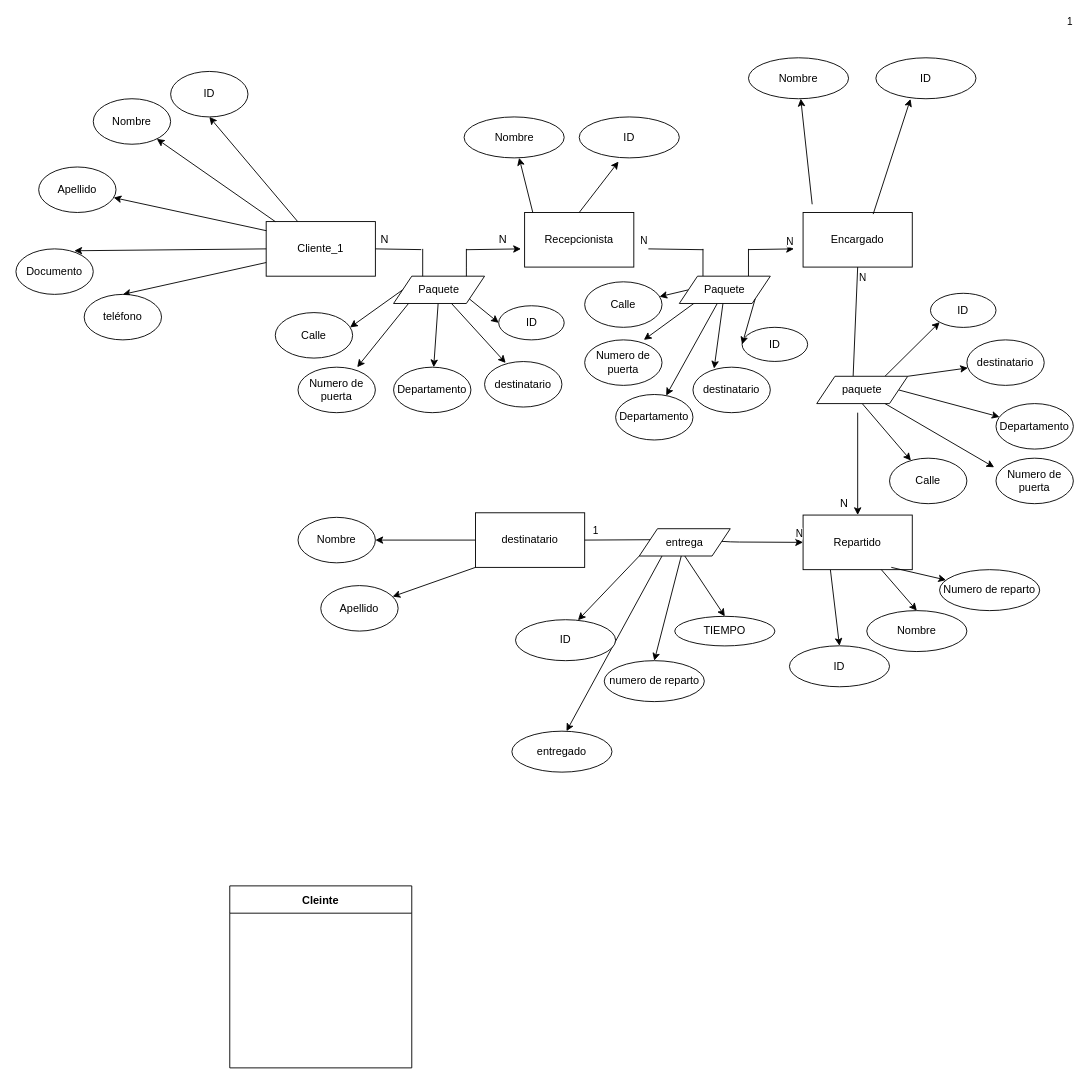
The draw.io diagram mer.drawio in mateovillaa11/Proyecto_FindeA-o, before the edit. Source tidied: cells renumbered, new cells numbered last; positions are measured from the earlier drawing's top-left corner, leaving out a move shared by most shapes. Both pictures are drawn from the tidied source at 91%, with x=0, y=0 at pixel (15, 57).
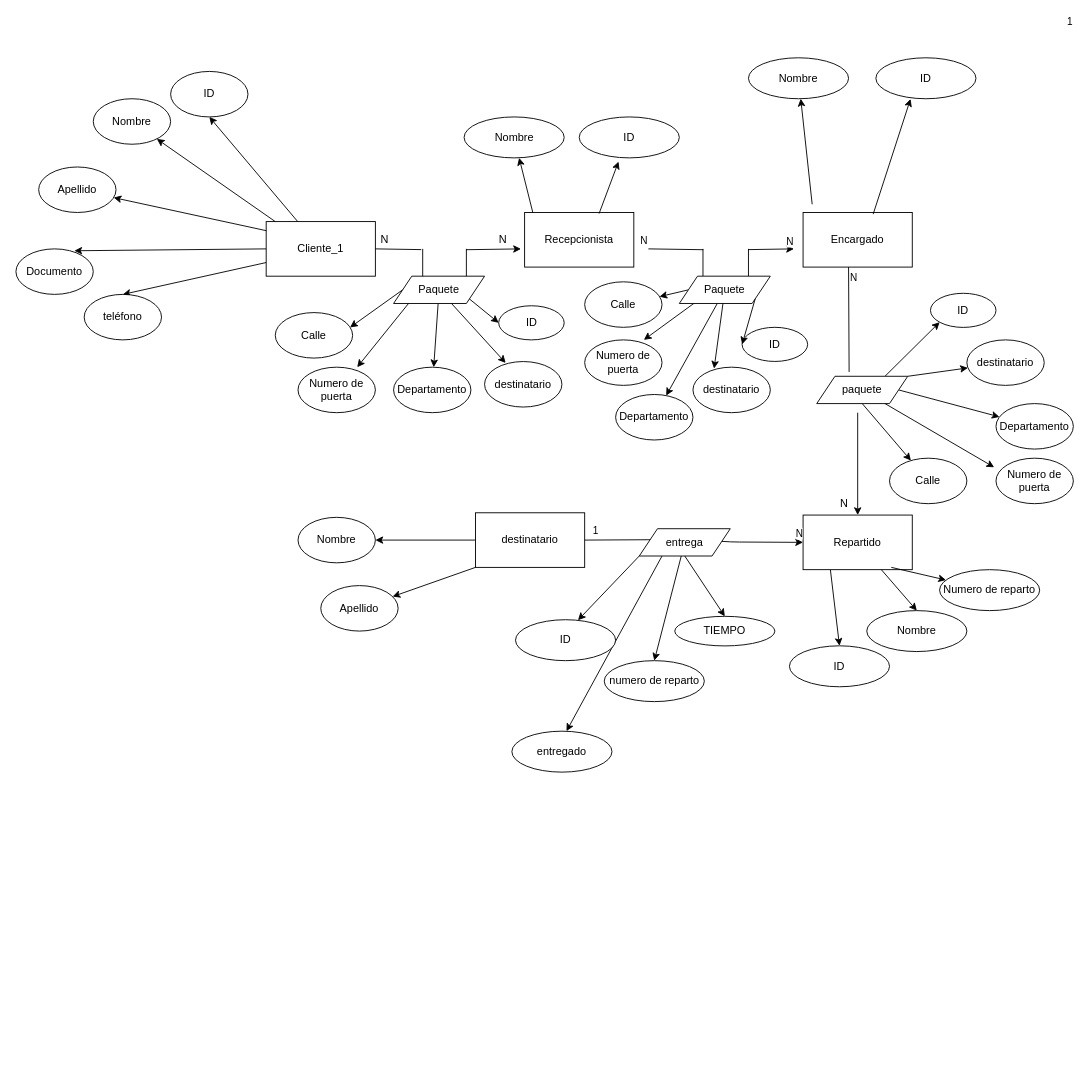
The same diagram, later.

Commit message (it also covers changes not shown here):
mer vesrion 2

The change refers to these unchanged cells:
```xml
<mxCell id="2" value="&#10;&#10;Recepcionista&#10;&#10;" style="rounded=0;whiteSpace=wrap;html=1;" parent="1" vertex="1">
  <mxGeometry x="559" y="170" width="120" height="60" as="geometry" />
</mxCell>
<mxCell id="5" value="Encargado" style="rounded=0;whiteSpace=wrap;html=1;" parent="1" vertex="1">
  <mxGeometry x="865" y="170" width="120" height="60" as="geometry" />
</mxCell>
<mxCell id="51" value="ID" style="ellipse;whiteSpace=wrap;html=1;" parent="1" vertex="1">
  <mxGeometry x="619" y="65" width="110" height="45" as="geometry" />
</mxCell>
<mxCell id="70" value="paquete" style="shape=parallelogram;perimeter=parallelogramPerimeter;whiteSpace=wrap;html=1;fixedSize=1;direction=west;size=20;" parent="1" vertex="1">
  <mxGeometry x="880" y="350" width="100" height="30" as="geometry" />
</mxCell>
```

What changed in the source:
```diff
@@
-    <mxCell id="36" style="endArrow=none;html=1;exitX=0.5;exitY=1;exitDx=0;exitDy=0;entryX=0.6;entryY=1;entryDx=0;entryDy=0;entryPerimeter=0;" parent="1" edge="1" source="5" target="70">
-      <mxGeometry relative="1" as="geometry" />
+    <mxCell id="36" style="endArrow=none;html=1;entryX=0.644;entryY=1.159;entryDx=0;entryDy=0;entryPerimeter=0;" parent="1" edge="1" target="70">
+      <mxGeometry relative="1" as="geometry">
+        <mxPoint x="915" y="230" as="sourcePoint" />
+      </mxGeometry>
     </mxCell>
@@
-    <mxCell id="52" style="endArrow=classic;html=1;exitX=0.5;exitY=0;exitDx=0;exitDy=0;entryX=0.393;entryY=1.09;entryDx=0;entryDy=0;entryPerimeter=0;" parent="1" edge="1" source="2" target="51">
+    <mxCell id="52" style="endArrow=classic;html=1;exitX=0.682;exitY=0.02;exitDx=0;exitDy=0;entryX=0.393;entryY=1.09;entryDx=0;entryDy=0;entryPerimeter=0;exitPerimeter=0;" parent="1" edge="1" source="2" target="51">
       <mxGeometry relative="1" as="geometry" />
     </mxCell>
@@
-    <mxCell id="97" value="Cleinte" style="swimlane;startSize=30;" parent="1" vertex="1">
-      <mxGeometry x="235" y="910" width="200" height="200" as="geometry" />
-    </mxCell>
```
